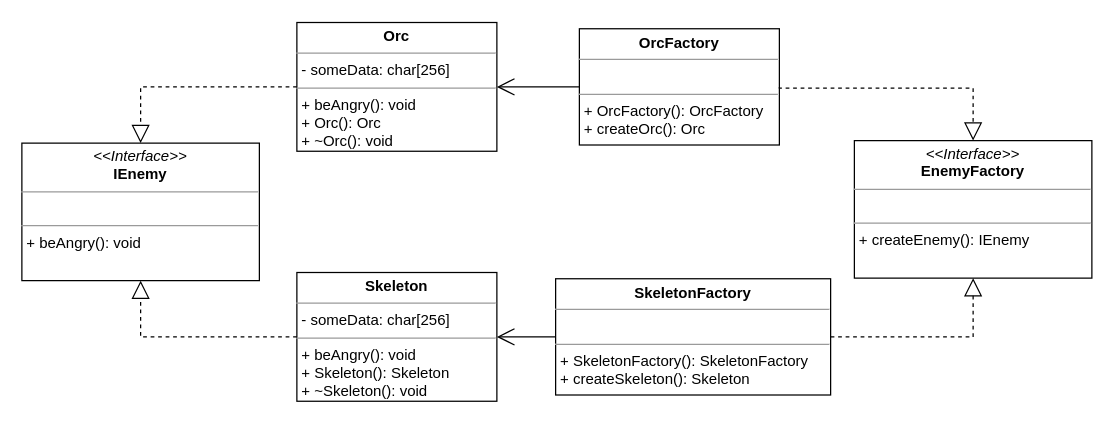
EvilPhilin/PatternsPractice keeps this draw.io diagram as Creational patterns/Factory method/uml.drawio. Above is the earlier version. Source tidied: cells renumbered, new cells numbered last; positions are measured from the earlier drawing's top-left corner, leaving out a move shared by most shapes. Both pictures are drawn from the tidied source at 125%, with x=0, y=0 at pixel (21, 21).
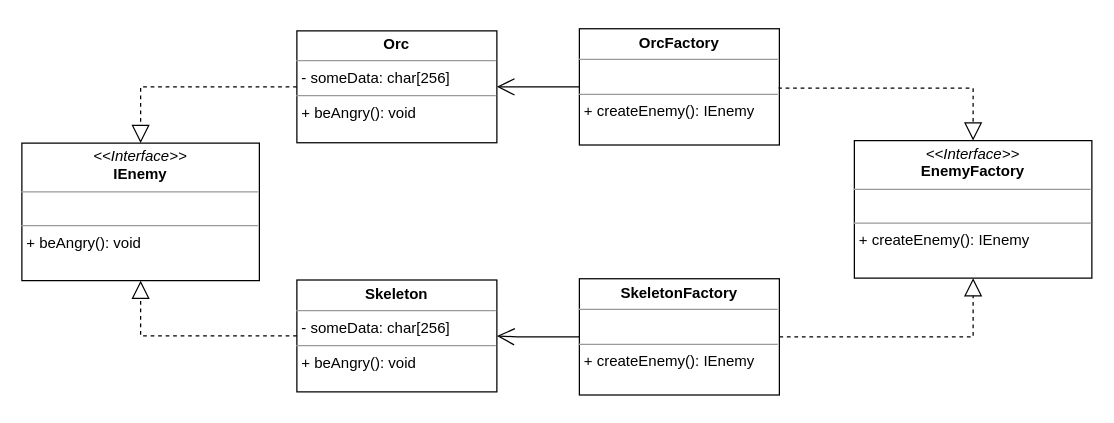
The same diagram, later.

Commit message (it also covers changes not shown here):
Updated uml for "Factory method"

What changed in the source:
```diff
@@
 <mxGraphModel>
   <root>
     <mxCell id="0" />
     <mxCell id="1" parent="0" />
     <mxCell id="2" value="&lt;p style=&quot;margin:0px;margin-top:4px;text-align:center;&quot;&gt;&lt;i&gt;&amp;lt;&amp;lt;Interface&amp;gt;&amp;gt;&lt;/i&gt;&lt;br&gt;&lt;b&gt;IEnemy&lt;/b&gt;&lt;/p&gt;&lt;hr size=&quot;1&quot;&gt;&lt;p style=&quot;margin:0px;margin-left:4px;&quot;&gt;&lt;br&gt;&lt;/p&gt;&lt;hr size=&quot;1&quot;&gt;&lt;p style=&quot;margin:0px;margin-left:4px;&quot;&gt;+ beAngry(): void&lt;br&gt;&lt;/p&gt;" style="verticalAlign=top;align=left;overflow=fill;fontSize=12;fontFamily=Helvetica;html=1;whiteSpace=wrap;" parent="1" vertex="1">
       <mxGeometry y="97" width="190" height="110" as="geometry" />
     </mxCell>
-    <mxCell id="3" value="&lt;p style=&quot;margin:0px;margin-top:4px;text-align:center;&quot;&gt;&lt;b&gt;Skeleton&lt;/b&gt;&lt;/p&gt;&lt;hr size=&quot;1&quot;&gt;&lt;p style=&quot;margin:0px;margin-left:4px;&quot;&gt;- someData: char[256]&lt;/p&gt;&lt;hr size=&quot;1&quot;&gt;&lt;p style=&quot;margin:0px;margin-left:4px;&quot;&gt;+ beAngry(): void&lt;br&gt;&lt;/p&gt;&lt;p style=&quot;margin:0px;margin-left:4px;&quot;&gt;+ Skeleton(): Skeleton&lt;/p&gt;&lt;p style=&quot;margin:0px;margin-left:4px;&quot;&gt;+ ~Skeleton(): void&lt;/p&gt;&lt;p style=&quot;margin:0px;margin-left:4px;&quot;&gt;&lt;br&gt;&lt;/p&gt;" style="verticalAlign=top;align=left;overflow=fill;fontSize=12;fontFamily=Helvetica;html=1;whiteSpace=wrap;" parent="1" vertex="1">
-      <mxGeometry x="220" y="200.5" width="160" height="103" as="geometry" />
+    <mxCell id="3" value="&lt;p style=&quot;margin:0px;margin-top:4px;text-align:center;&quot;&gt;&lt;b&gt;Skeleton&lt;/b&gt;&lt;/p&gt;&lt;hr size=&quot;1&quot;&gt;&lt;p style=&quot;margin:0px;margin-left:4px;&quot;&gt;- someData: char[256]&lt;/p&gt;&lt;hr size=&quot;1&quot;&gt;&lt;p style=&quot;margin:0px;margin-left:4px;&quot;&gt;+ beAngry(): void&lt;br&gt;&lt;/p&gt;&lt;p style=&quot;margin:0px;margin-left:4px;&quot;&gt;&lt;br&gt;&lt;/p&gt;" style="verticalAlign=top;align=left;overflow=fill;fontSize=12;fontFamily=Helvetica;html=1;whiteSpace=wrap;" parent="1" vertex="1">
+      <mxGeometry x="220" y="206.5" width="160" height="89.5" as="geometry" />
     </mxCell>
-    <mxCell id="4" value="&lt;p style=&quot;margin:0px;margin-top:4px;text-align:center;&quot;&gt;&lt;b&gt;Orc&lt;/b&gt;&lt;/p&gt;&lt;hr size=&quot;1&quot;&gt;&lt;p style=&quot;margin:0px;margin-left:4px;&quot;&gt;- someData: char[256]&lt;/p&gt;&lt;hr size=&quot;1&quot;&gt;&lt;p style=&quot;margin:0px;margin-left:4px;&quot;&gt;+ beAngry(): void&lt;/p&gt;&lt;p style=&quot;margin:0px;margin-left:4px;&quot;&gt;+ Orc(): Orc&lt;/p&gt;&lt;p style=&quot;margin:0px;margin-left:4px;&quot;&gt;+ ~Orc(): void&lt;/p&gt;&lt;p style=&quot;margin:0px;margin-left:4px;&quot;&gt;&lt;br&gt;&lt;/p&gt;" style="verticalAlign=top;align=left;overflow=fill;fontSize=12;fontFamily=Helvetica;html=1;whiteSpace=wrap;" parent="1" vertex="1">
-      <mxGeometry x="220" y="0.5" width="160" height="103" as="geometry" />
+    <mxCell id="4" value="&lt;p style=&quot;margin:0px;margin-top:4px;text-align:center;&quot;&gt;&lt;b&gt;Orc&lt;/b&gt;&lt;/p&gt;&lt;hr size=&quot;1&quot;&gt;&lt;p style=&quot;margin:0px;margin-left:4px;&quot;&gt;- someData: char[256]&lt;/p&gt;&lt;hr size=&quot;1&quot;&gt;&lt;p style=&quot;margin:0px;margin-left:4px;&quot;&gt;+ beAngry(): void&lt;/p&gt;&lt;p style=&quot;margin:0px;margin-left:4px;&quot;&gt;&lt;br&gt;&lt;/p&gt;" style="verticalAlign=top;align=left;overflow=fill;fontSize=12;fontFamily=Helvetica;html=1;whiteSpace=wrap;" parent="1" vertex="1">
+      <mxGeometry x="220" y="7.2" width="160" height="89.5" as="geometry" />
     </mxCell>
     <mxCell id="5" style="endArrow=block;dashed=1;endFill=0;endSize=12;html=1;rounded=0;edgeStyle=orthogonalEdgeStyle;exitX=0;exitY=0.5;exitDx=0;exitDy=0;entryX=0.5;entryY=1;entryDx=0;entryDy=0;" parent="1" edge="1" source="3" target="2">
       <mxGeometry relative="1" as="geometry">
         <Array as="points">
           <mxPoint x="95" y="252" />
         </Array>
       </mxGeometry>
     </mxCell>
     <mxCell id="6" style="endArrow=block;dashed=1;endFill=0;endSize=12;html=1;rounded=0;edgeStyle=orthogonalEdgeStyle;exitX=0;exitY=0.5;exitDx=0;exitDy=0;entryX=0.5;entryY=0;entryDx=0;entryDy=0;" parent="1" edge="1" source="4" target="2">
       <mxGeometry relative="1" as="geometry" />
     </mxCell>
     <mxCell id="7" value="&lt;p style=&quot;margin:0px;margin-top:4px;text-align:center;&quot;&gt;&lt;i&gt;&amp;lt;&amp;lt;Interface&amp;gt;&amp;gt;&lt;/i&gt;&lt;br&gt;&lt;b&gt;EnemyFactory&lt;/b&gt;&lt;/p&gt;&lt;hr size=&quot;1&quot;&gt;&lt;p style=&quot;margin:0px;margin-left:4px;&quot;&gt;&lt;br&gt;&lt;/p&gt;&lt;hr size=&quot;1&quot;&gt;&lt;p style=&quot;margin:0px;margin-left:4px;&quot;&gt;&lt;span style=&quot;background-color: initial;&quot;&gt;+ createEnemy(): IEnemy&lt;/span&gt;&lt;br&gt;&lt;/p&gt;" style="verticalAlign=top;align=left;overflow=fill;fontSize=12;fontFamily=Helvetica;html=1;whiteSpace=wrap;" parent="1" vertex="1">
       <mxGeometry x="666" y="95" width="190" height="110" as="geometry" />
     </mxCell>
-    <mxCell id="8" value="&lt;p style=&quot;margin:0px;margin-top:4px;text-align:center;&quot;&gt;&lt;b&gt;OrcFactory&lt;/b&gt;&lt;/p&gt;&lt;hr size=&quot;1&quot;&gt;&lt;p style=&quot;margin:0px;margin-left:4px;&quot;&gt;&lt;br&gt;&lt;/p&gt;&lt;hr size=&quot;1&quot;&gt;&lt;p style=&quot;margin:0px;margin-left:4px;&quot;&gt;+ OrcFactory(): OrcFactory&lt;/p&gt;&lt;p style=&quot;margin:0px;margin-left:4px;&quot;&gt;+ createOrc(): Orc&lt;/p&gt;" style="verticalAlign=top;align=left;overflow=fill;fontSize=12;fontFamily=Helvetica;html=1;whiteSpace=wrap;" parent="1" vertex="1">
+    <mxCell id="8" value="&lt;p style=&quot;margin:0px;margin-top:4px;text-align:center;&quot;&gt;&lt;b&gt;OrcFactory&lt;/b&gt;&lt;/p&gt;&lt;hr size=&quot;1&quot;&gt;&lt;p style=&quot;margin:0px;margin-left:4px;&quot;&gt;&lt;br&gt;&lt;/p&gt;&lt;hr size=&quot;1&quot;&gt;&lt;p style=&quot;margin:0px;margin-left:4px;&quot;&gt;&lt;span style=&quot;background-color: initial;&quot;&gt;+ createEnemy(): IEnemy&lt;/span&gt;&lt;br&gt;&lt;/p&gt;" style="verticalAlign=top;align=left;overflow=fill;fontSize=12;fontFamily=Helvetica;html=1;whiteSpace=wrap;" parent="1" vertex="1">
       <mxGeometry x="446" y="5.5" width="160" height="93" as="geometry" />
     </mxCell>
-    <mxCell id="9" value="&lt;p style=&quot;margin:0px;margin-top:4px;text-align:center;&quot;&gt;&lt;b&gt;SkeletonFactory&lt;/b&gt;&lt;/p&gt;&lt;hr size=&quot;1&quot;&gt;&lt;p style=&quot;margin:0px;margin-left:4px;&quot;&gt;&lt;br&gt;&lt;/p&gt;&lt;hr size=&quot;1&quot;&gt;&lt;p style=&quot;margin:0px;margin-left:4px;&quot;&gt;+ SkeletonFactory(): SkeletonFactory&lt;/p&gt;&lt;p style=&quot;margin:0px;margin-left:4px;&quot;&gt;+ createSkeleton(): Skeleton&lt;/p&gt;" style="verticalAlign=top;align=left;overflow=fill;fontSize=12;fontFamily=Helvetica;html=1;whiteSpace=wrap;" parent="1" vertex="1">
-      <mxGeometry x="427" y="205.5" width="220" height="93" as="geometry" />
+    <mxCell id="9" value="&lt;p style=&quot;margin:0px;margin-top:4px;text-align:center;&quot;&gt;&lt;b&gt;SkeletonFactory&lt;/b&gt;&lt;/p&gt;&lt;hr size=&quot;1&quot;&gt;&lt;p style=&quot;margin:0px;margin-left:4px;&quot;&gt;&lt;br&gt;&lt;/p&gt;&lt;hr size=&quot;1&quot;&gt;&lt;p style=&quot;margin:0px;margin-left:4px;&quot;&gt;&lt;span style=&quot;background-color: initial;&quot;&gt;+ createEnemy(): IEnemy&lt;/span&gt;&lt;br&gt;&lt;/p&gt;" style="verticalAlign=top;align=left;overflow=fill;fontSize=12;fontFamily=Helvetica;html=1;whiteSpace=wrap;" parent="1" vertex="1">
+      <mxGeometry x="446" y="205.5" width="160" height="93" as="geometry" />
     </mxCell>
     <mxCell id="10" style="endArrow=block;dashed=1;endFill=0;endSize=12;html=1;rounded=0;edgeStyle=orthogonalEdgeStyle;exitX=1;exitY=0.5;exitDx=0;exitDy=0;entryX=0.5;entryY=1;entryDx=0;entryDy=0;" parent="1" edge="1" source="9" target="7">
       <mxGeometry relative="1" as="geometry">
         <Array as="points">
           <mxPoint x="761" y="252" />
         </Array>
       </mxGeometry>
     </mxCell>
     <mxCell id="11" style="endArrow=block;dashed=1;endFill=0;endSize=12;html=1;rounded=0;edgeStyle=orthogonalEdgeStyle;exitX=1;exitY=0.5;exitDx=0;exitDy=0;entryX=0.5;entryY=0;entryDx=0;entryDy=0;" parent="1" edge="1" source="8" target="7">
       <mxGeometry relative="1" as="geometry">
         <Array as="points">
           <mxPoint x="761" y="53" />
         </Array>
       </mxGeometry>
     </mxCell>
     <mxCell id="12" style="endArrow=open;endFill=1;endSize=12;html=1;rounded=0;edgeStyle=orthogonalEdgeStyle;exitX=0;exitY=0.5;exitDx=0;exitDy=0;entryX=1;entryY=0.5;entryDx=0;entryDy=0;" parent="1" edge="1" source="9" target="3">
       <mxGeometry relative="1" as="geometry">
         <Array as="points">
           <mxPoint x="396" y="252" />
           <mxPoint x="396" y="252" />
         </Array>
       </mxGeometry>
     </mxCell>
     <mxCell id="13" style="endArrow=open;endFill=1;endSize=12;html=1;rounded=0;edgeStyle=orthogonalEdgeStyle;exitX=0;exitY=0.5;exitDx=0;exitDy=0;entryX=1;entryY=0.5;entryDx=0;entryDy=0;" parent="1" edge="1" source="8" target="4">
       <mxGeometry relative="1" as="geometry" />
     </mxCell>
   </root>
 </mxGraphModel>
```
